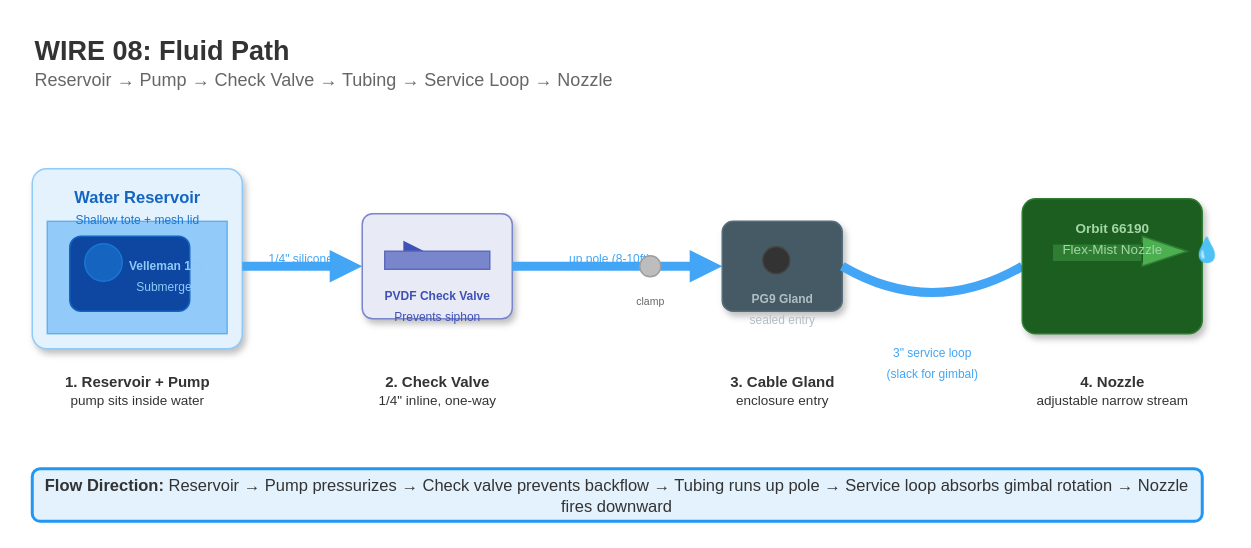
The draw.io diagram diagrams/wire_08_fluid_path.drawio in main-salman/dropMosquitoes, before the edit. Source tidied: cells renumbered, new cells numbered last; positions are measured from the earlier drawing's top-left corner, leaving out a move shared by most shapes. Both pictures are drawn from the tidied source at 150%, with x=0, y=0 at pixel (32, 26).
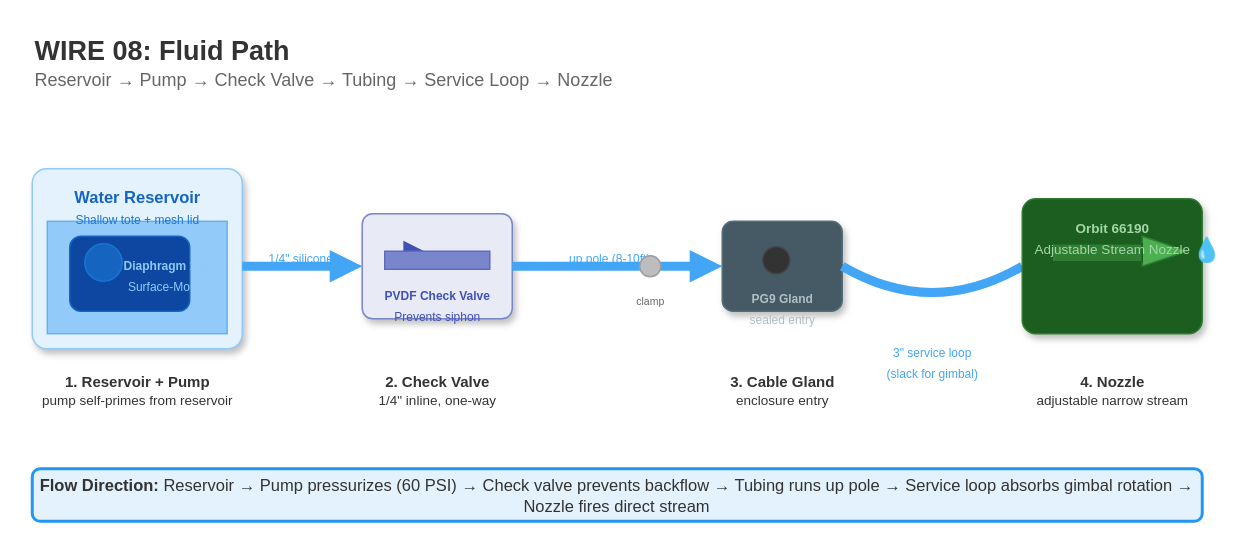
After the change.

Commit message (it also covers changes not shown here):
diagrams: purge stale Velleman/submersible/mist/BCM18 from drawio files

Diff of the diagram source:
```diff
@@
-    <mxCell id="8" value="&lt;span style='color:#90CAF9;font-size:8px'&gt;&lt;b&gt;Velleman 12V&lt;/b&gt;&lt;br&gt;Submerged&lt;/span&gt;" style="text;html=1;align=center;" parent="1" vertex="1">
+    <mxCell id="8" value="&lt;span style='color:#90CAF9;font-size:8px'&gt;&lt;b&gt;Diaphragm 12V&lt;/b&gt;&lt;br&gt;Surface-Mount&lt;/span&gt;" style="text;html=1;align=center;" parent="1" vertex="1">
       <mxGeometry x="60" y="145" width="60" height="22" as="geometry" />
     </mxCell>
-    <mxCell id="9" value="&lt;b&gt;1. Reservoir + Pump&lt;/b&gt;&lt;br&gt;&lt;span style='font-size:9px'&gt;pump sits inside water&lt;/span&gt;" style="text;html=1;fontSize=10;fontColor=#333;align=center;" parent="1" vertex="1">
+    <mxCell id="9" value="&lt;b&gt;1. Reservoir + Pump&lt;/b&gt;&lt;br&gt;&lt;span style='font-size:9px'&gt;pump self-primes from reservoir&lt;/span&gt;" style="text;html=1;fontSize=10;fontColor=#333;align=center;" parent="1" vertex="1">
       <mxGeometry y="225" width="140" height="28" as="geometry" />
     </mxCell>
@@
-    <mxCell id="30" value="&lt;span style='color:#A5D6A7;font-size:9px'&gt;&lt;b&gt;Orbit 66190&lt;/b&gt;&lt;br&gt;Flex-Mist Nozzle&lt;/span&gt;" style="text;html=1;align=center;" parent="1" vertex="1">
+    <mxCell id="30" value="&lt;span style='color:#A5D6A7;font-size:9px'&gt;&lt;b&gt;Orbit 66190&lt;/b&gt;&lt;br&gt;Adjustable Stream Nozzle&lt;/span&gt;" style="text;html=1;align=center;" parent="1" vertex="1">
       <mxGeometry x="670" y="120" width="100" height="22" as="geometry" />
     </mxCell>
@@
-    <mxCell id="33" value="&lt;b&gt;Flow Direction:&lt;/b&gt; Reservoir → Pump pressurizes → Check valve prevents backflow → Tubing runs up pole → Service loop absorbs gimbal rotation → Nozzle fires downward" style="rounded=1;whiteSpace=wrap;html=1;fillColor=#E3F2FD;strokeColor=#2196F3;fontColor=#333;fontSize=11;strokeWidth=2;" parent="1" vertex="1">
+    <mxCell id="33" value="&lt;b&gt;Flow Direction:&lt;/b&gt; Reservoir → Pump pressurizes (60 PSI) → Check valve prevents backflow → Tubing runs up pole → Service loop absorbs gimbal rotation → Nozzle fires direct stream" style="rounded=1;whiteSpace=wrap;html=1;fillColor=#E3F2FD;strokeColor=#2196F3;fontColor=#333;fontSize=11;strokeWidth=2;" parent="1" vertex="1">
       <mxGeometry y="295" width="780" height="35" as="geometry" />
     </mxCell>
```
